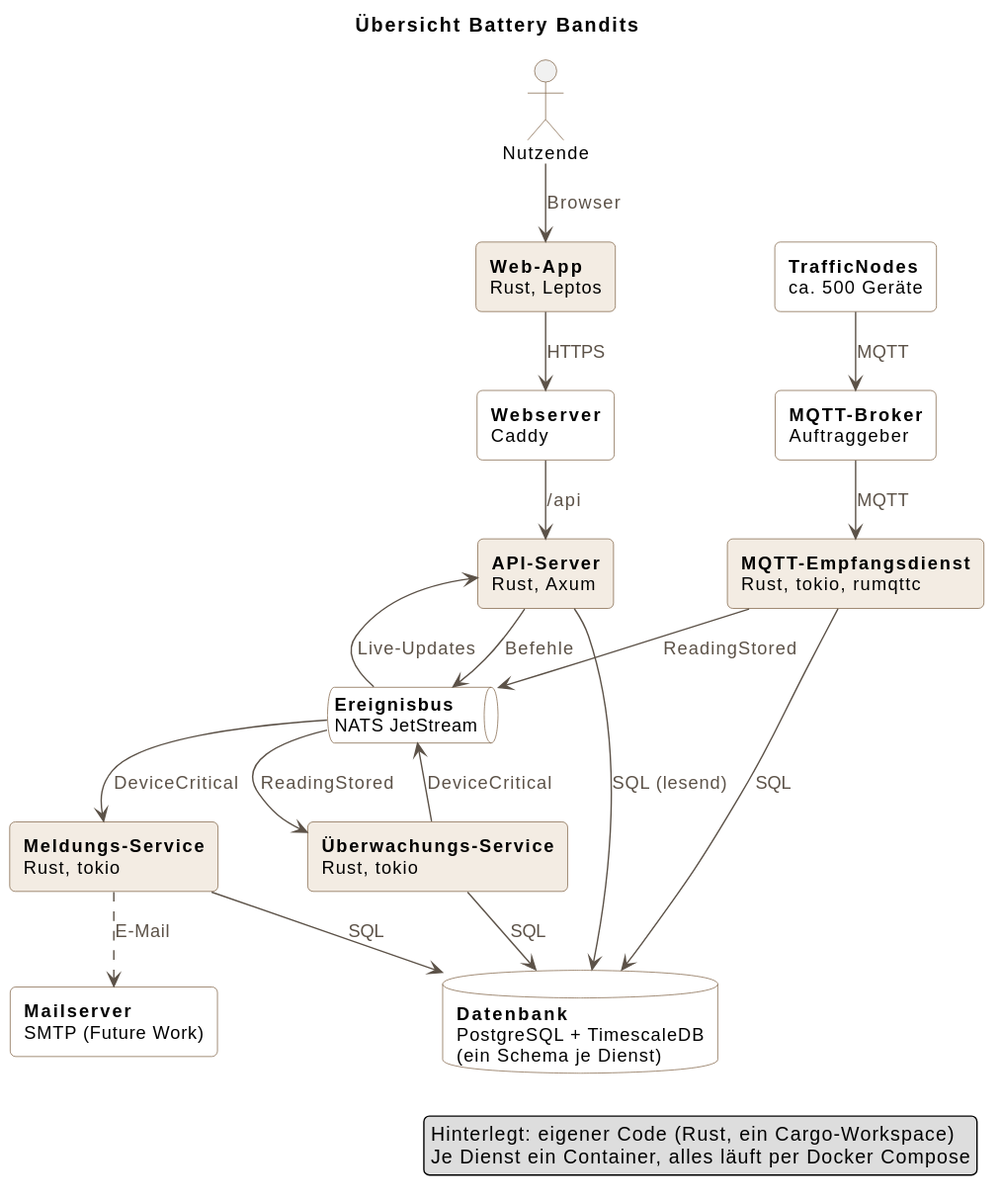
This is docs/diagrams/architecture/uebersicht.svg from Noah9935/Battery-Bandits, a PlantUML export, as it was before one commit.
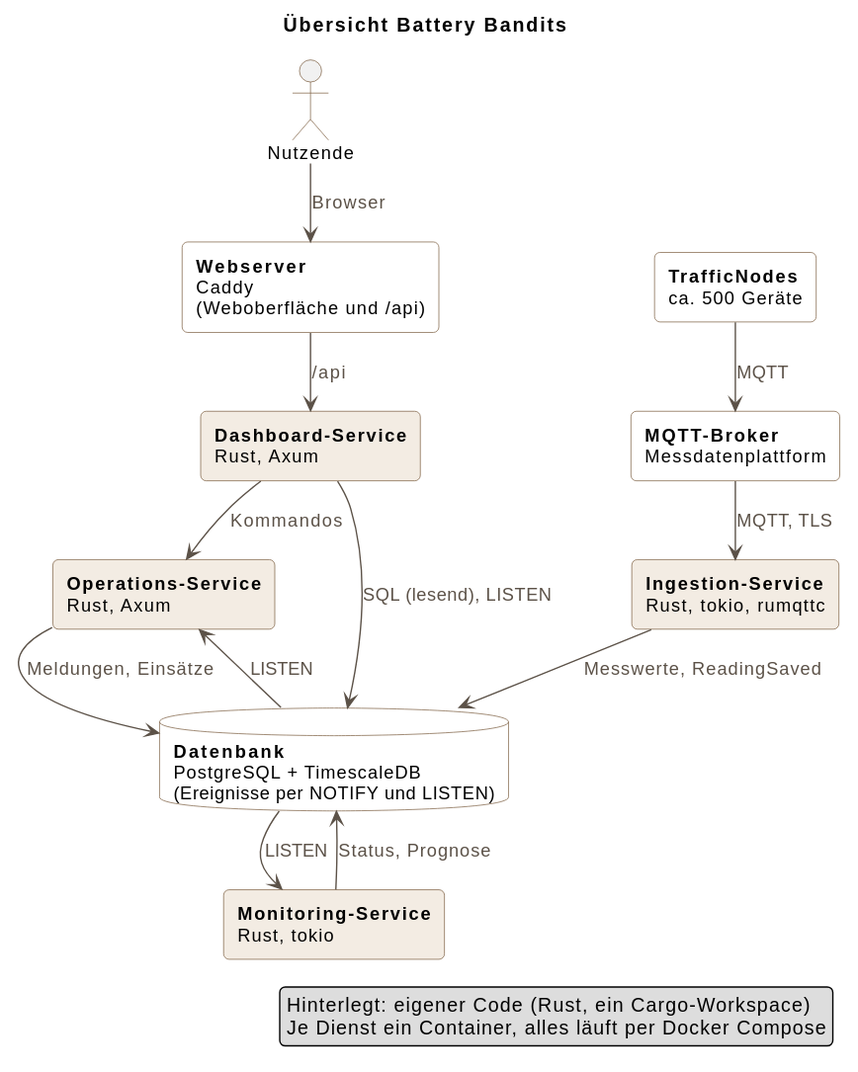
The same file after the commit.

What changed in the source:
```diff
@@ -5,10 +5,6 @@
 skinparam ArrowColor #5C5248
 skinparam ArrowFontColor #5C5248
 skinparam rectangle {
-  BackgroundColor #FFFFFF
-  BorderColor #7A5C3E
-}
-skinparam queue {
   BackgroundColor #FFFFFF
   BorderColor #7A5C3E
 }
@@ -26,50 +22,41 @@
 
 actor "Nutzende" as user
 
-rectangle web #F3ECE3 [
-**Web-App**
-Rust, Leptos
-]
-
 rectangle caddy [
 **Webserver**
 Caddy
+(Weboberfläche und /api)
 ]
 
-rectangle api #F3ECE3 [
-**API-Server**
+rectangle dashboard #F3ECE3 [
+**Dashboard-Service**
 Rust, Axum
 ]
 
-rectangle ingest #F3ECE3 [
-**MQTT-Empfangsdienst**
+rectangle ingestion #F3ECE3 [
+**Ingestion-Service**
 Rust, tokio, rumqttc
 ]
 
-rectangle monitor #F3ECE3 [
-**Überwachungs-Service**
+rectangle monitoring #F3ECE3 [
+**Monitoring-Service**
 Rust, tokio
 ]
 
-rectangle incidents #F3ECE3 [
-**Meldungs-Service**
-Rust, tokio
-]
-
-queue bus [
-**Ereignisbus**
-NATS JetStream
+rectangle operations #F3ECE3 [
+**Operations-Service**
+Rust, Axum
 ]
 
 database db [
 **Datenbank**
 PostgreSQL + TimescaleDB
-(ein Schema je Dienst)
+(Ereignisse per NOTIFY und LISTEN)
 ]
 
 rectangle broker [
 **MQTT-Broker**
-Auftraggeber
+Messdatenplattform
 ]
 
 rectangle tn [
@@ -77,28 +64,18 @@
 ca. 500 Geräte
 ]
 
-rectangle smtp [
-**Mailserver**
-SMTP (Future Work)
-]
-
-user --> web : Browser
-web --> caddy : HTTPS
-caddy --> api : /api
+user --> caddy : Browser
+caddy --> dashboard : /api
 
 tn --> broker : MQTT
-broker --> ingest : MQTT
-ingest --> db : SQL
-ingest --> bus : ReadingStored
-bus --> monitor : ReadingStored
-monitor --> db : SQL
-monitor --> bus : DeviceCritical
-bus --> incidents : DeviceCritical
-incidents --> db : SQL
-incidents ..> smtp : E-Mail
-api --> db : SQL (lesend)
-bus --> api : Live-Updates
-api --> bus : Befehle
+broker --> ingestion : MQTT, TLS
+ingestion --> db : Messwerte, ReadingSaved
+db --> monitoring : LISTEN
+monitoring --> db : Status, Prognose
+db --> operations : LISTEN
+operations --> db : Meldungen, Einsätze
+dashboard --> db : SQL (lesend), LISTEN
+dashboard --> operations : Kommandos
 
 legend right
   Hinterlegt: eigener Code (Rust, ein Cargo-Workspace)
```
